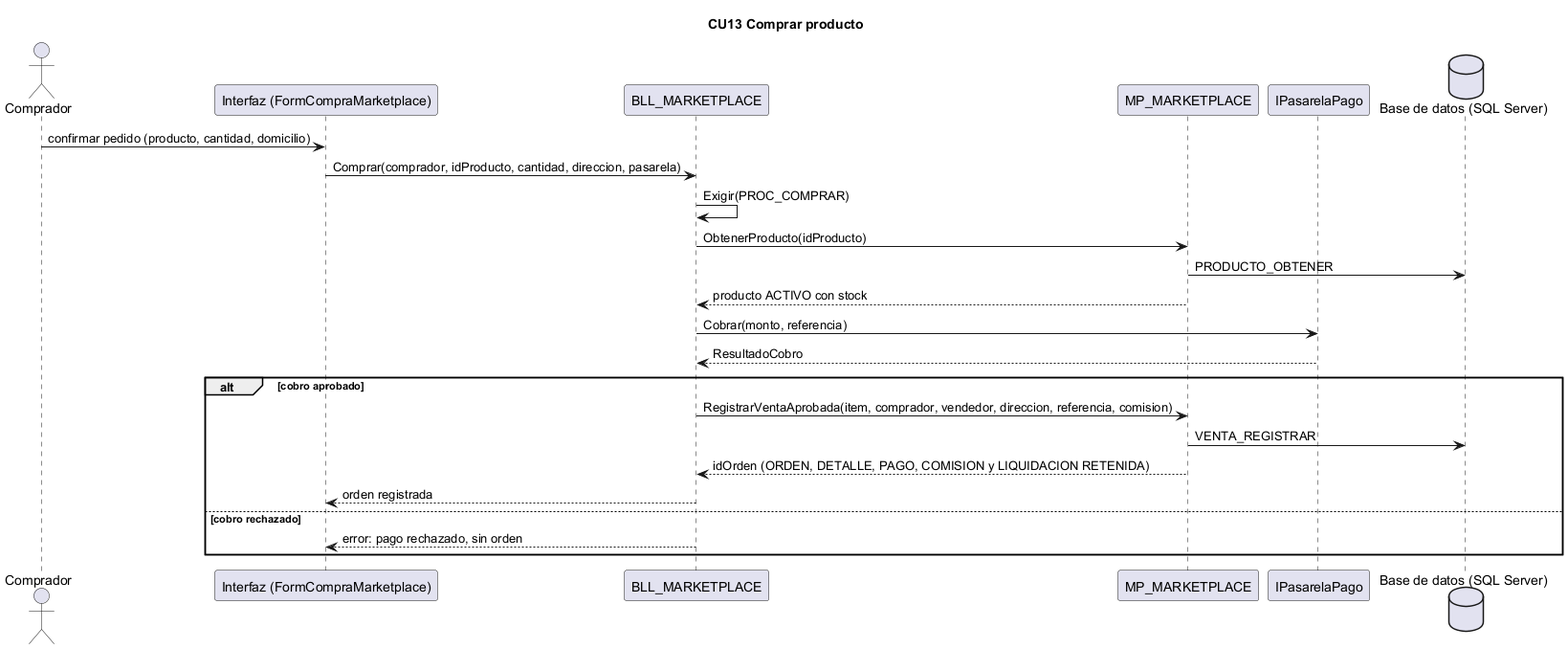
Above: docs/diagramas/secuencias_png/CU13.png in L-Muniz/uai-diploma_2026 (PlantUML), before the change.
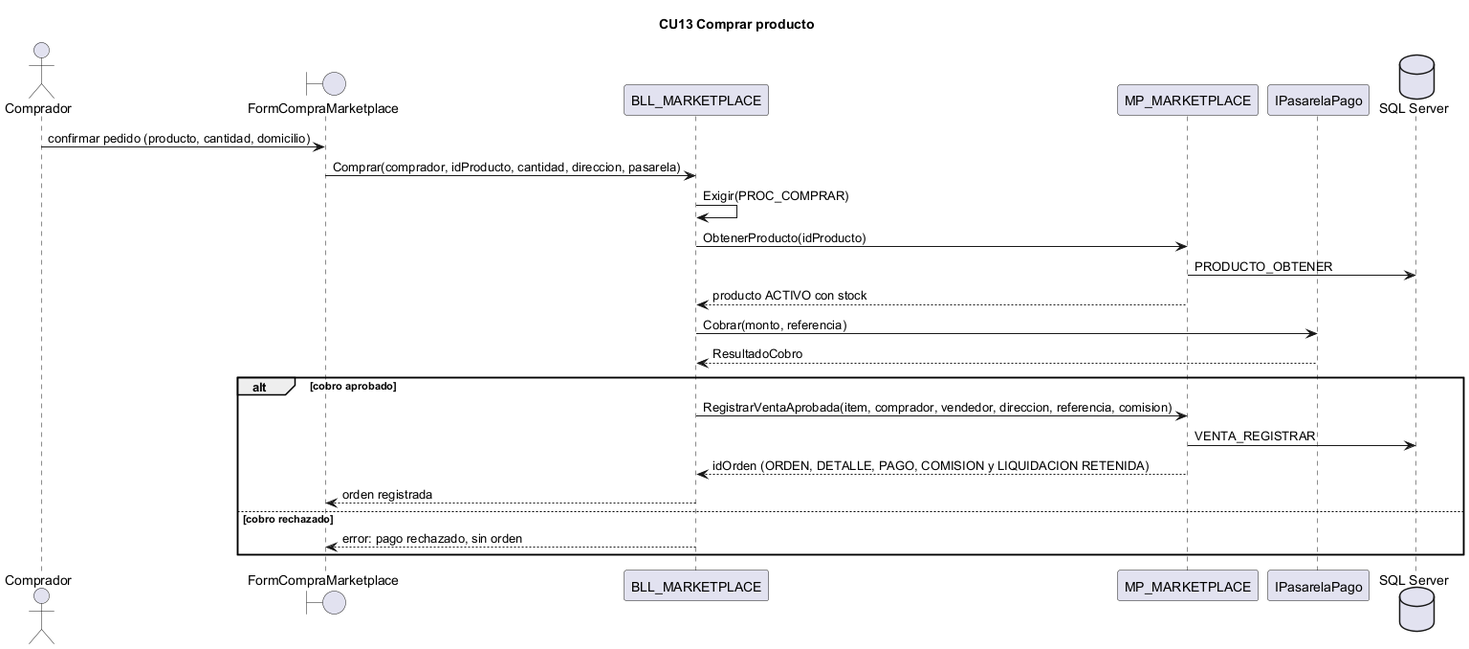
Later version of the same file.

Diff of the diagram source:
```diff
@@ -1,11 +1,11 @@
 @startuml CU13
 title CU13 Comprar producto
 actor Comprador
-participant "Interfaz (FormCompraMarketplace)" as IU
+boundary "FormCompraMarketplace" as IU
 participant "BLL_MARKETPLACE" as BLL
 participant "MP_MARKETPLACE" as DAL
 participant "IPasarelaPago" as PAS
-database "Base de datos (SQL Server)" as BD
+database "SQL Server" as BD
 Comprador -> IU : confirmar pedido (producto, cantidad, domicilio)
 IU -> BLL : Comprar(comprador, idProducto, cantidad, direccion, pasarela)
 BLL -> BLL : Exigir(PROC_COMPRAR)
```
